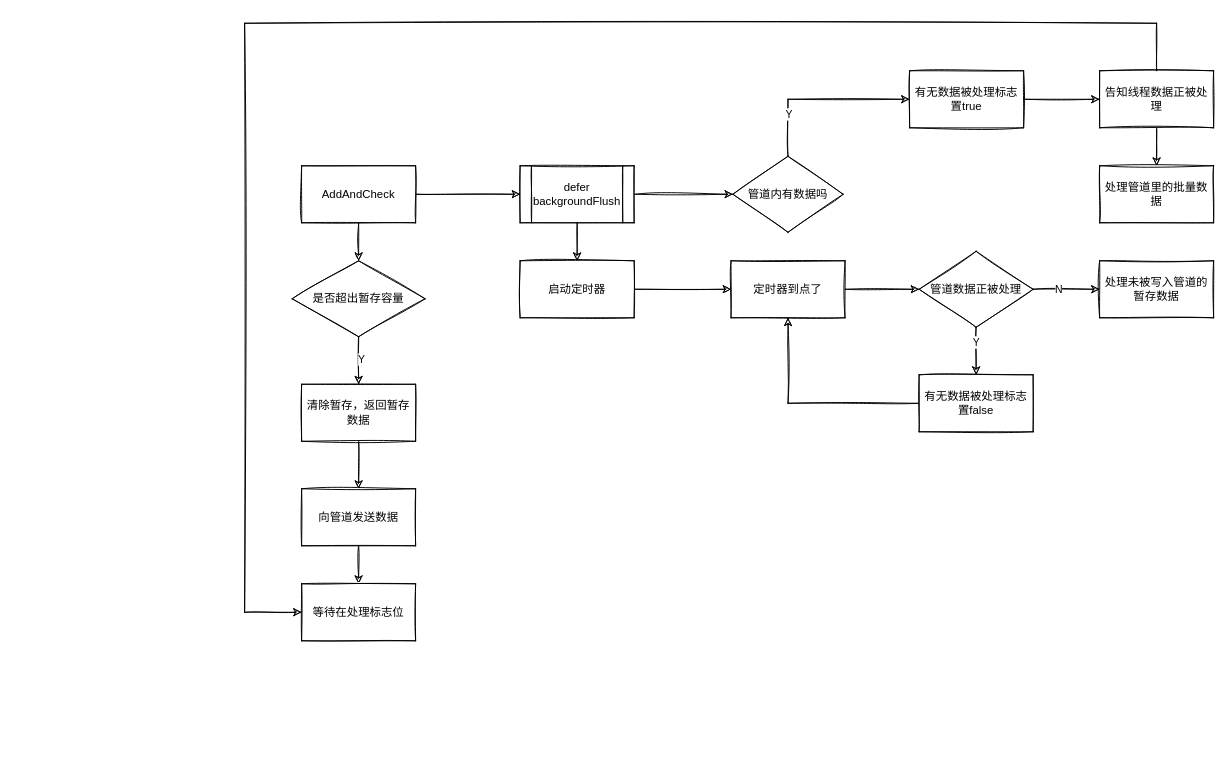
Before: periodExcutor执行策略.drawio in doodle971002/logS, a draw.io diagram. Source tidied: cells renumbered, new cells numbered last; positions are measured from the earlier drawing's top-left corner, leaving out a move shared by most shapes. Both pictures are drawn from the tidied source at 95%, with x=0, y=0 at pixel (244, 23).
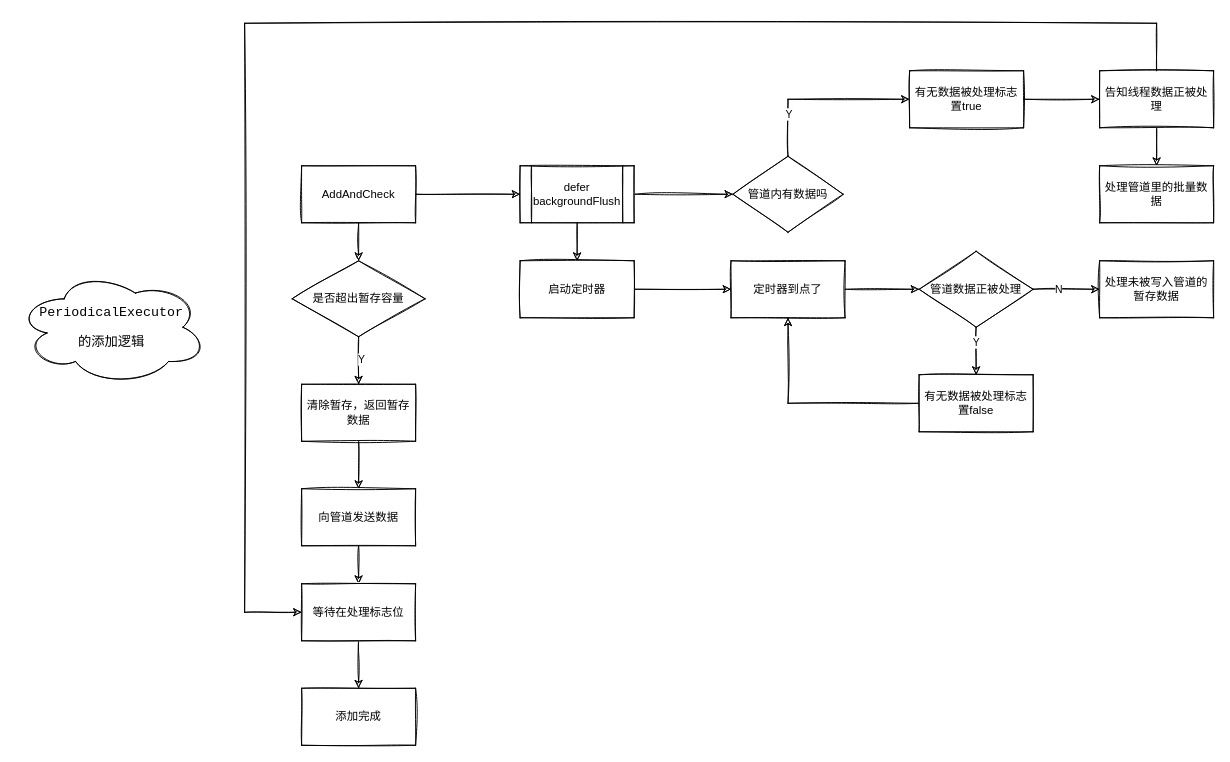
The same page after the edit.

Unchanged cells that the change refers to:
```xml
<mxCell id="35" value="等待在处理标志位" style="rounded=0;whiteSpace=wrap;html=1;sketch=1;" parent="1" vertex="1">
  <mxGeometry x="60" y="590" width="120" height="60" as="geometry" />
</mxCell>
```

The edit, as a diff of the source:
```diff
@@
+    <mxCell id="37" style="edgeStyle=orthogonalEdgeStyle;rounded=0;sketch=1;jettySize=auto;html=1;exitX=0.5;exitY=1;exitDx=0;exitDy=0;entryX=0.5;entryY=0;entryDx=0;entryDy=0;" parent="1" edge="1" source="35" target="38">
+      <mxGeometry relative="1" as="geometry" />
+    </mxCell>
@@
+    <mxCell id="38" value="添加完成" style="rounded=0;whiteSpace=wrap;html=1;sketch=1;" parent="1" vertex="1">
+      <mxGeometry x="60" y="700" width="120" height="60" as="geometry" />
+    </mxCell>
+    <mxCell id="39" value="&lt;p style=&quot;font-family: &amp;quot;Source Code Pro&amp;quot;, monospace; font-size: 10.5pt;&quot;&gt;PeriodicalExecutor&lt;/p&gt;&lt;p style=&quot;font-family: &amp;quot;Source Code Pro&amp;quot;, monospace; font-size: 10.5pt;&quot;&gt;的添加逻辑&lt;/p&gt;" style="ellipse;shape=cloud;whiteSpace=wrap;html=1;sketch=1;" parent="1" vertex="1">
+      <mxGeometry x="-240" y="260" width="200" height="120" as="geometry" />
+    </mxCell>
```
